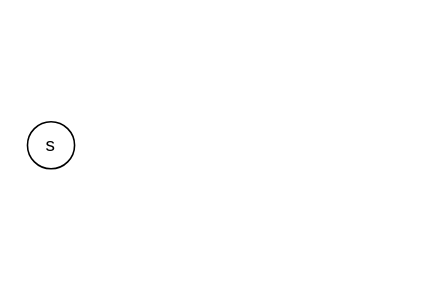
Above: hw4_10.drawio in Eren-Jeager123/Algorithm (draw.io), before the change. Source tidied: cells renumbered, new cells numbered last; positions are measured from the earlier drawing's top-left corner, leaving out a move shared by most shapes. Both pictures are drawn from the tidied source at 157%, with x=0, y=0 at pixel (27, 121).
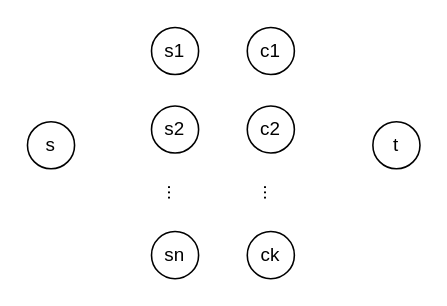
The same page after the edit.

Diff of the diagram source:
```diff
@@
 <mxGraphModel>
   <root>
     <mxCell id="0" />
     <mxCell id="1" parent="0" />
     <mxCell id="2" value="s" style="ellipse;whiteSpace=wrap;html=1;" parent="1" vertex="1">
       <mxGeometry width="30" height="30" as="geometry" />
     </mxCell>
+    <mxCell id="3" value="t" style="ellipse;whiteSpace=wrap;html=1;" parent="1" vertex="1">
+      <mxGeometry x="220" width="30" height="30" as="geometry" />
+    </mxCell>
+    <mxCell id="4" value="s1" style="ellipse;whiteSpace=wrap;html=1;" parent="1" vertex="1">
+      <mxGeometry x="79" y="-60" width="30" height="30" as="geometry" />
+    </mxCell>
+    <mxCell id="5" value="s2" style="ellipse;whiteSpace=wrap;html=1;" parent="1" vertex="1">
+      <mxGeometry x="79" y="-10" width="30" height="30" as="geometry" />
+    </mxCell>
+    <mxCell id="6" value="sn" style="ellipse;whiteSpace=wrap;html=1;" parent="1" vertex="1">
+      <mxGeometry x="79" y="70" width="30" height="30" as="geometry" />
+    </mxCell>
+    <mxCell id="7" value="c1" style="ellipse;whiteSpace=wrap;html=1;" parent="1" vertex="1">
+      <mxGeometry x="140" y="-60" width="30" height="30" as="geometry" />
+    </mxCell>
+    <mxCell id="8" value="ck" style="ellipse;whiteSpace=wrap;html=1;" parent="1" vertex="1">
+      <mxGeometry x="140" y="70" width="30" height="30" as="geometry" />
+    </mxCell>
+    <mxCell id="9" value="c2" style="ellipse;whiteSpace=wrap;html=1;" parent="1" vertex="1">
+      <mxGeometry x="140" y="-10" width="30" height="30" as="geometry" />
+    </mxCell>
+    <mxCell id="10" value="..." style="text;html=1;align=center;verticalAlign=middle;strokeColor=none;fillColor=none;rotation=90;" parent="1" vertex="1">
+      <mxGeometry x="79" y="30" width="30" height="30" as="geometry" />
+    </mxCell>
+    <mxCell id="11" value="..." style="text;html=1;align=center;verticalAlign=middle;strokeColor=none;fillColor=none;rotation=90;" parent="1" vertex="1">
+      <mxGeometry x="140" y="30" width="30" height="30" as="geometry" />
+    </mxCell>
   </root>
 </mxGraphModel>
```
